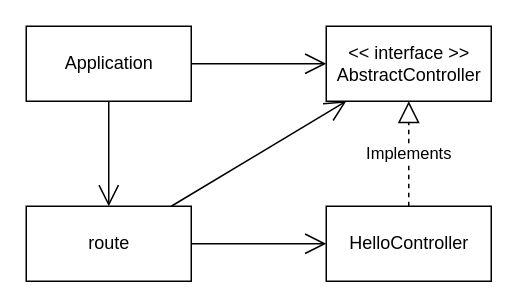
Earlier version of the draw.io diagram delegation/class-diagram.drawio (next-skill/design-patterns-samples). Source tidied: cells renumbered, new cells numbered last; positions are measured from the earlier drawing's top-left corner, leaving out a move shared by most shapes. Both pictures are drawn from the tidied source at 150%, with x=0, y=0 at pixel (26, 26).
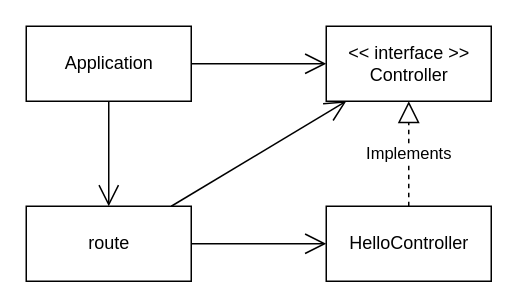
Above is the later version.

Commit message (it also covers changes not shown here):
Fix delegation class diagram

Diff of the diagram source:
```diff
@@
 <mxGraphModel>
   <root>
     <mxCell id="0" />
     <mxCell id="1" parent="0" />
     <mxCell id="2" value="Application" style="html=1;" parent="1" vertex="1">
       <mxGeometry width="110" height="50" as="geometry" />
     </mxCell>
     <mxCell id="3" value="route" style="html=1;" parent="1" vertex="1">
       <mxGeometry y="120" width="110" height="50" as="geometry" />
     </mxCell>
-    <mxCell id="4" value="&amp;lt;&amp;lt; interface &amp;gt;&amp;gt;&lt;br&gt;AbstractController" style="html=1;" parent="1" vertex="1">
+    <mxCell id="4" value="&amp;lt;&amp;lt; interface &amp;gt;&amp;gt;&lt;br&gt;Controller" style="html=1;" parent="1" vertex="1">
       <mxGeometry x="200" width="110" height="50" as="geometry" />
     </mxCell>
     <mxCell id="5" value="HelloController" style="html=1;" parent="1" vertex="1">
       <mxGeometry x="200" y="120" width="110" height="50" as="geometry" />
     </mxCell>
     <mxCell id="6" style="endArrow=open;endFill=1;endSize=12;html=1;exitX=1;exitY=0.5;exitDx=0;exitDy=0;entryX=0;entryY=0.5;entryDx=0;entryDy=0;" parent="1" edge="1" source="2" target="4">
       <mxGeometry relative="1" as="geometry" />
     </mxCell>
     <mxCell id="7" style="endArrow=open;endFill=1;endSize=12;html=1;exitX=0.5;exitY=1;exitDx=0;exitDy=0;entryX=0.5;entryY=0;entryDx=0;entryDy=0;" parent="1" edge="1" source="2" target="3">
       <mxGeometry relative="1" as="geometry" />
     </mxCell>
     <mxCell id="8" style="endArrow=open;endFill=1;endSize=12;html=1;" parent="1" edge="1" source="3" target="4">
       <mxGeometry relative="1" as="geometry" />
     </mxCell>
     <mxCell id="9" style="endArrow=open;endFill=1;endSize=12;html=1;" parent="1" edge="1" source="3" target="5">
       <mxGeometry relative="1" as="geometry" />
     </mxCell>
     <mxCell id="10" value="Implements" style="endArrow=block;dashed=1;endFill=0;endSize=12;html=1;entryX=0.5;entryY=1;entryDx=0;entryDy=0;exitX=0.5;exitY=0;exitDx=0;exitDy=0;" parent="1" edge="1" source="5" target="4">
       <mxGeometry relative="1" as="geometry" />
     </mxCell>
   </root>
 </mxGraphModel>
```
